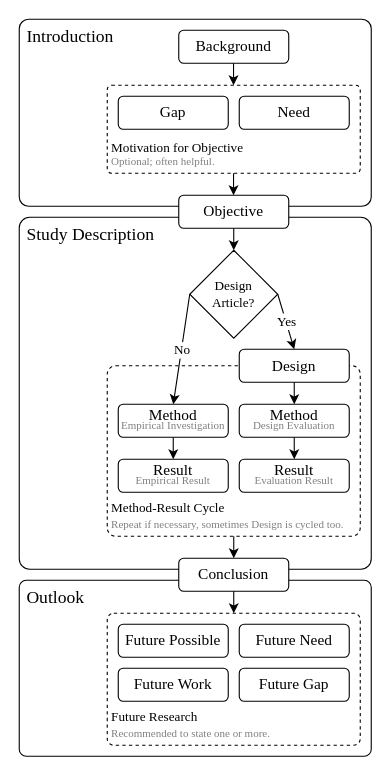
This is img/abstracts_archetype_fig.drawio from serqco/qabstracts, a draw.io file, before an edit. Source tidied: cells renumbered, new cells numbered last; positions are measured from the earlier drawing's top-left corner, leaving out a move shared by most shapes. Both pictures are drawn from the tidied source at 110%, with x=0, y=0 at pixel (19, 19).
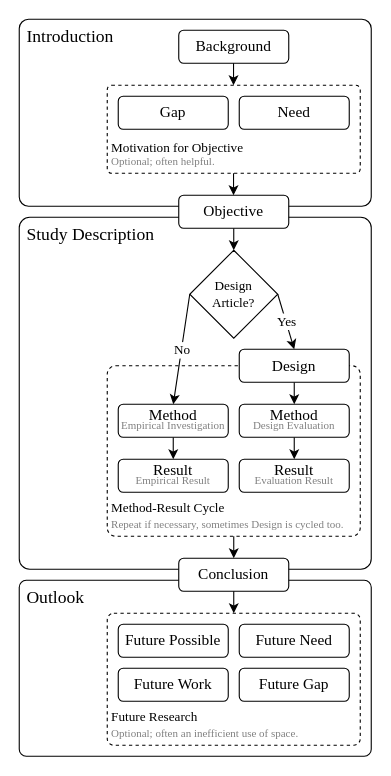
After the change.

Commit message (it also covers changes not shown here):
abstracts_archetype_fig.drawio: more appropriate wording of recommendation

What changed in the source:
```diff
@@
-    <mxCell id="5" value="Future Research&lt;br&gt;&lt;font color=&quot;#808080&quot; style=&quot;font-size: 10px;&quot;&gt;Recommended to state one or more.&lt;/font&gt;" style="rounded=1;whiteSpace=wrap;html=1;arcSize=5;align=left;verticalAlign=bottom;spacing=4;spacingLeft=0;dashed=1;fontFamily=Times New Roman;" parent="1" vertex="1">
+    <mxCell id="5" value="Future Research&lt;br&gt;&lt;font color=&quot;#808080&quot; style=&quot;font-size: 10px;&quot;&gt;Optional; often an inefficient use of space.&lt;/font&gt;" style="rounded=1;whiteSpace=wrap;html=1;arcSize=5;align=left;verticalAlign=bottom;spacing=4;spacingLeft=0;dashed=1;fontFamily=Times New Roman;" parent="1" vertex="1">
       <mxGeometry x="80" y="540" width="230" height="120" as="geometry" />
     </mxCell>
```
